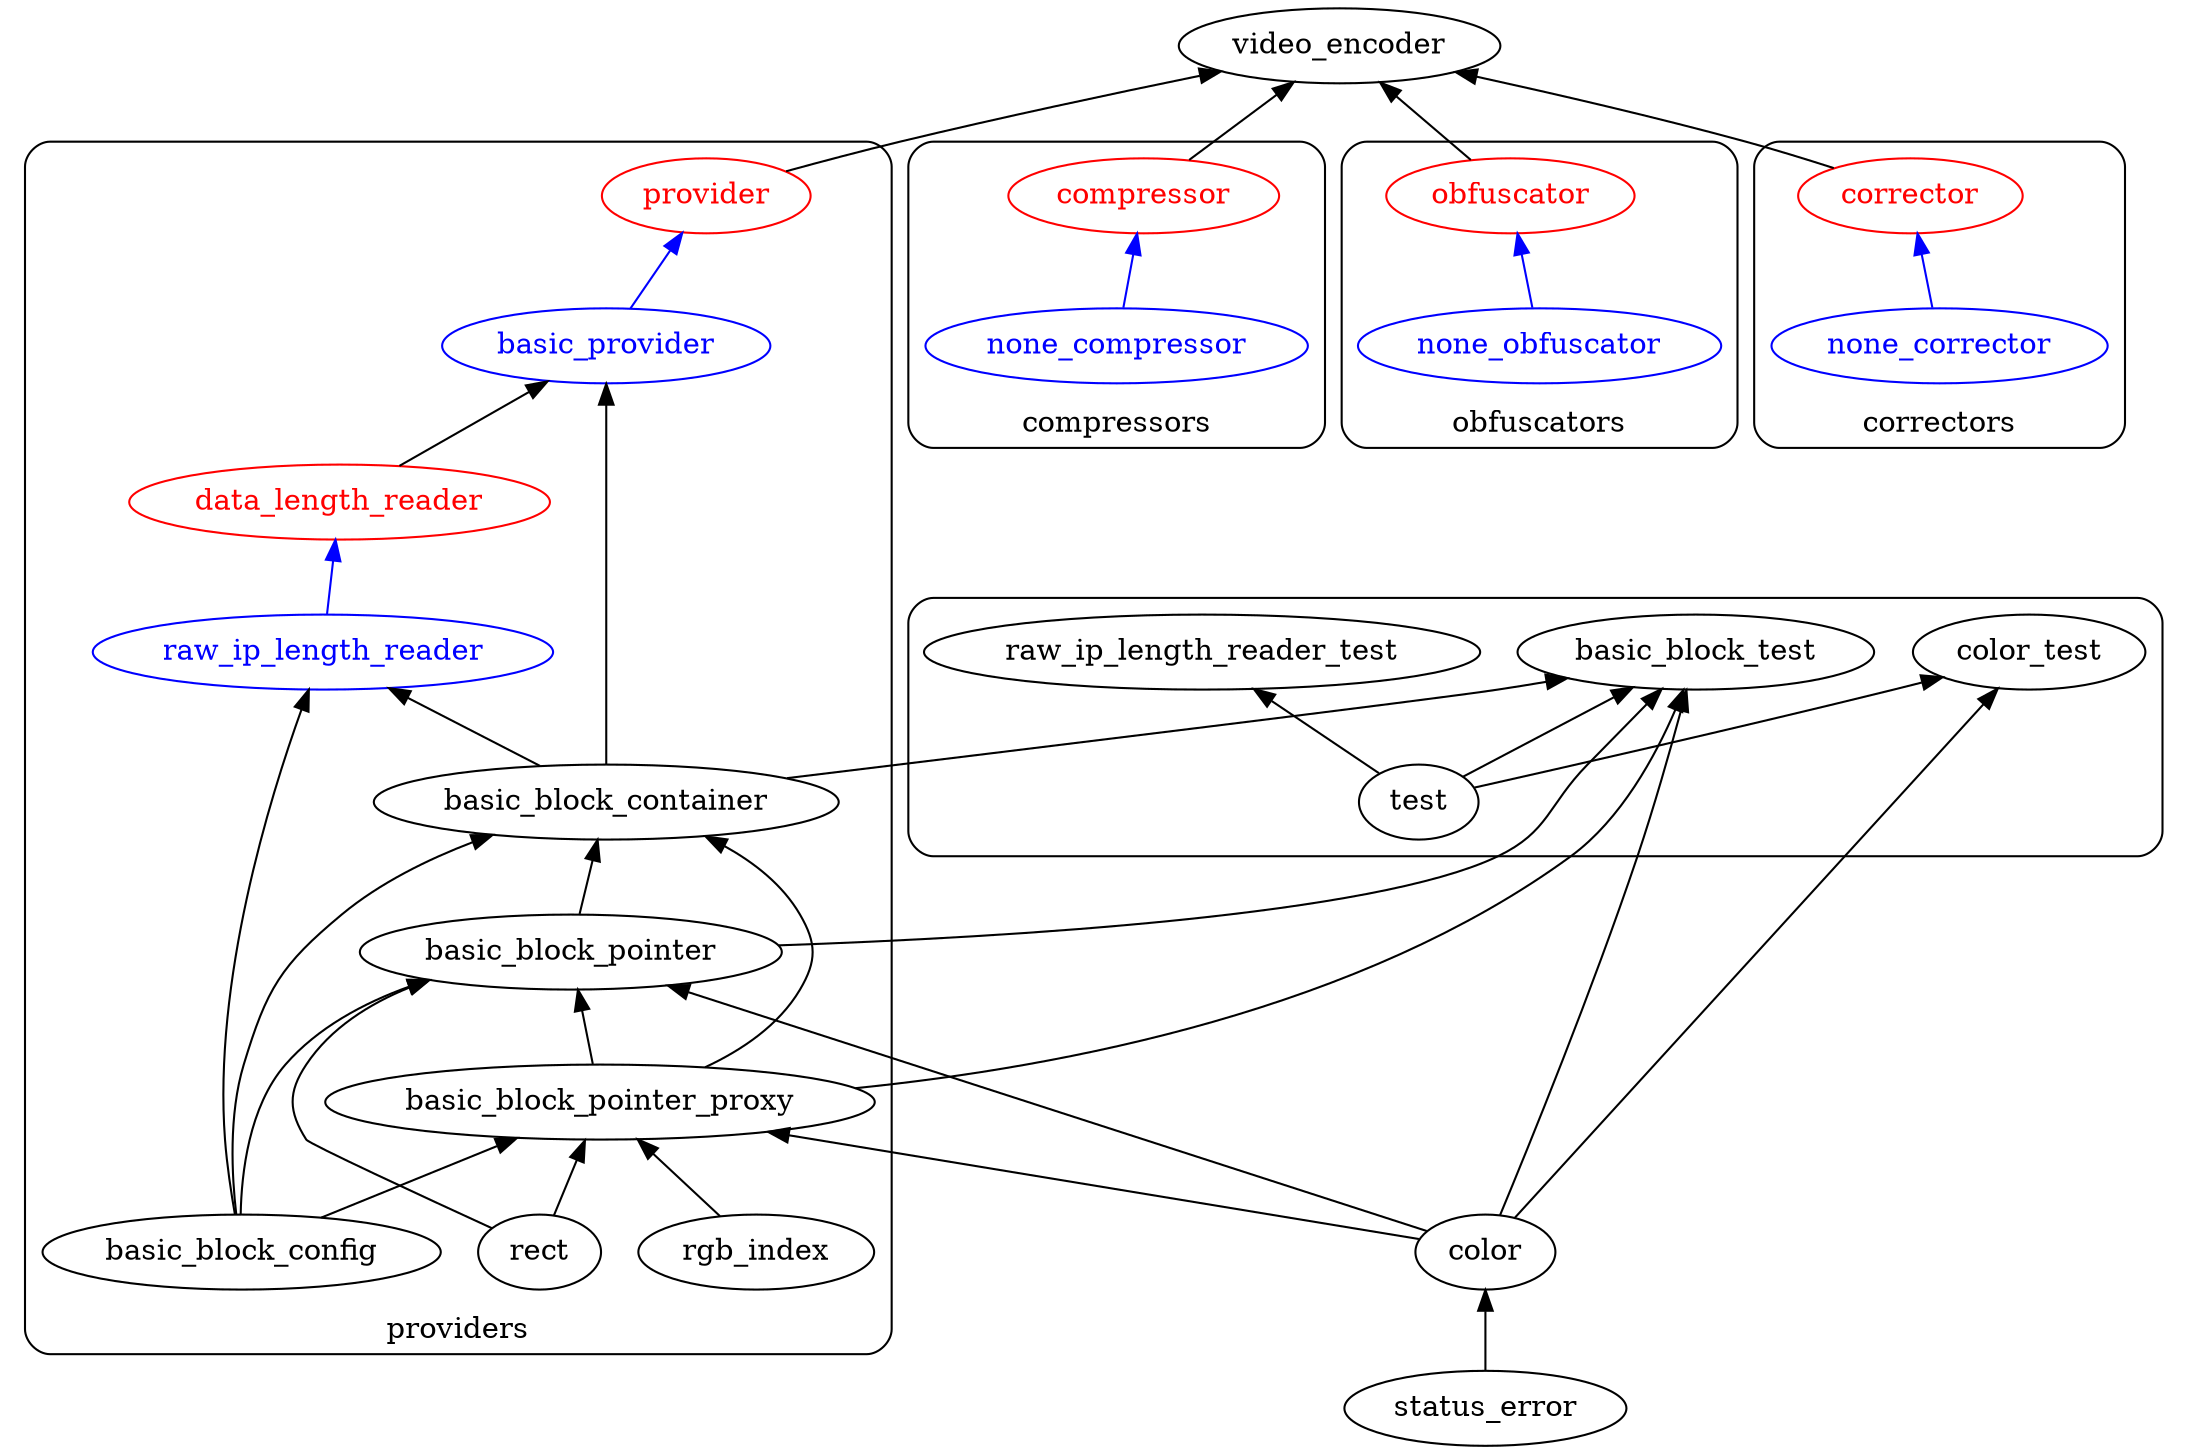
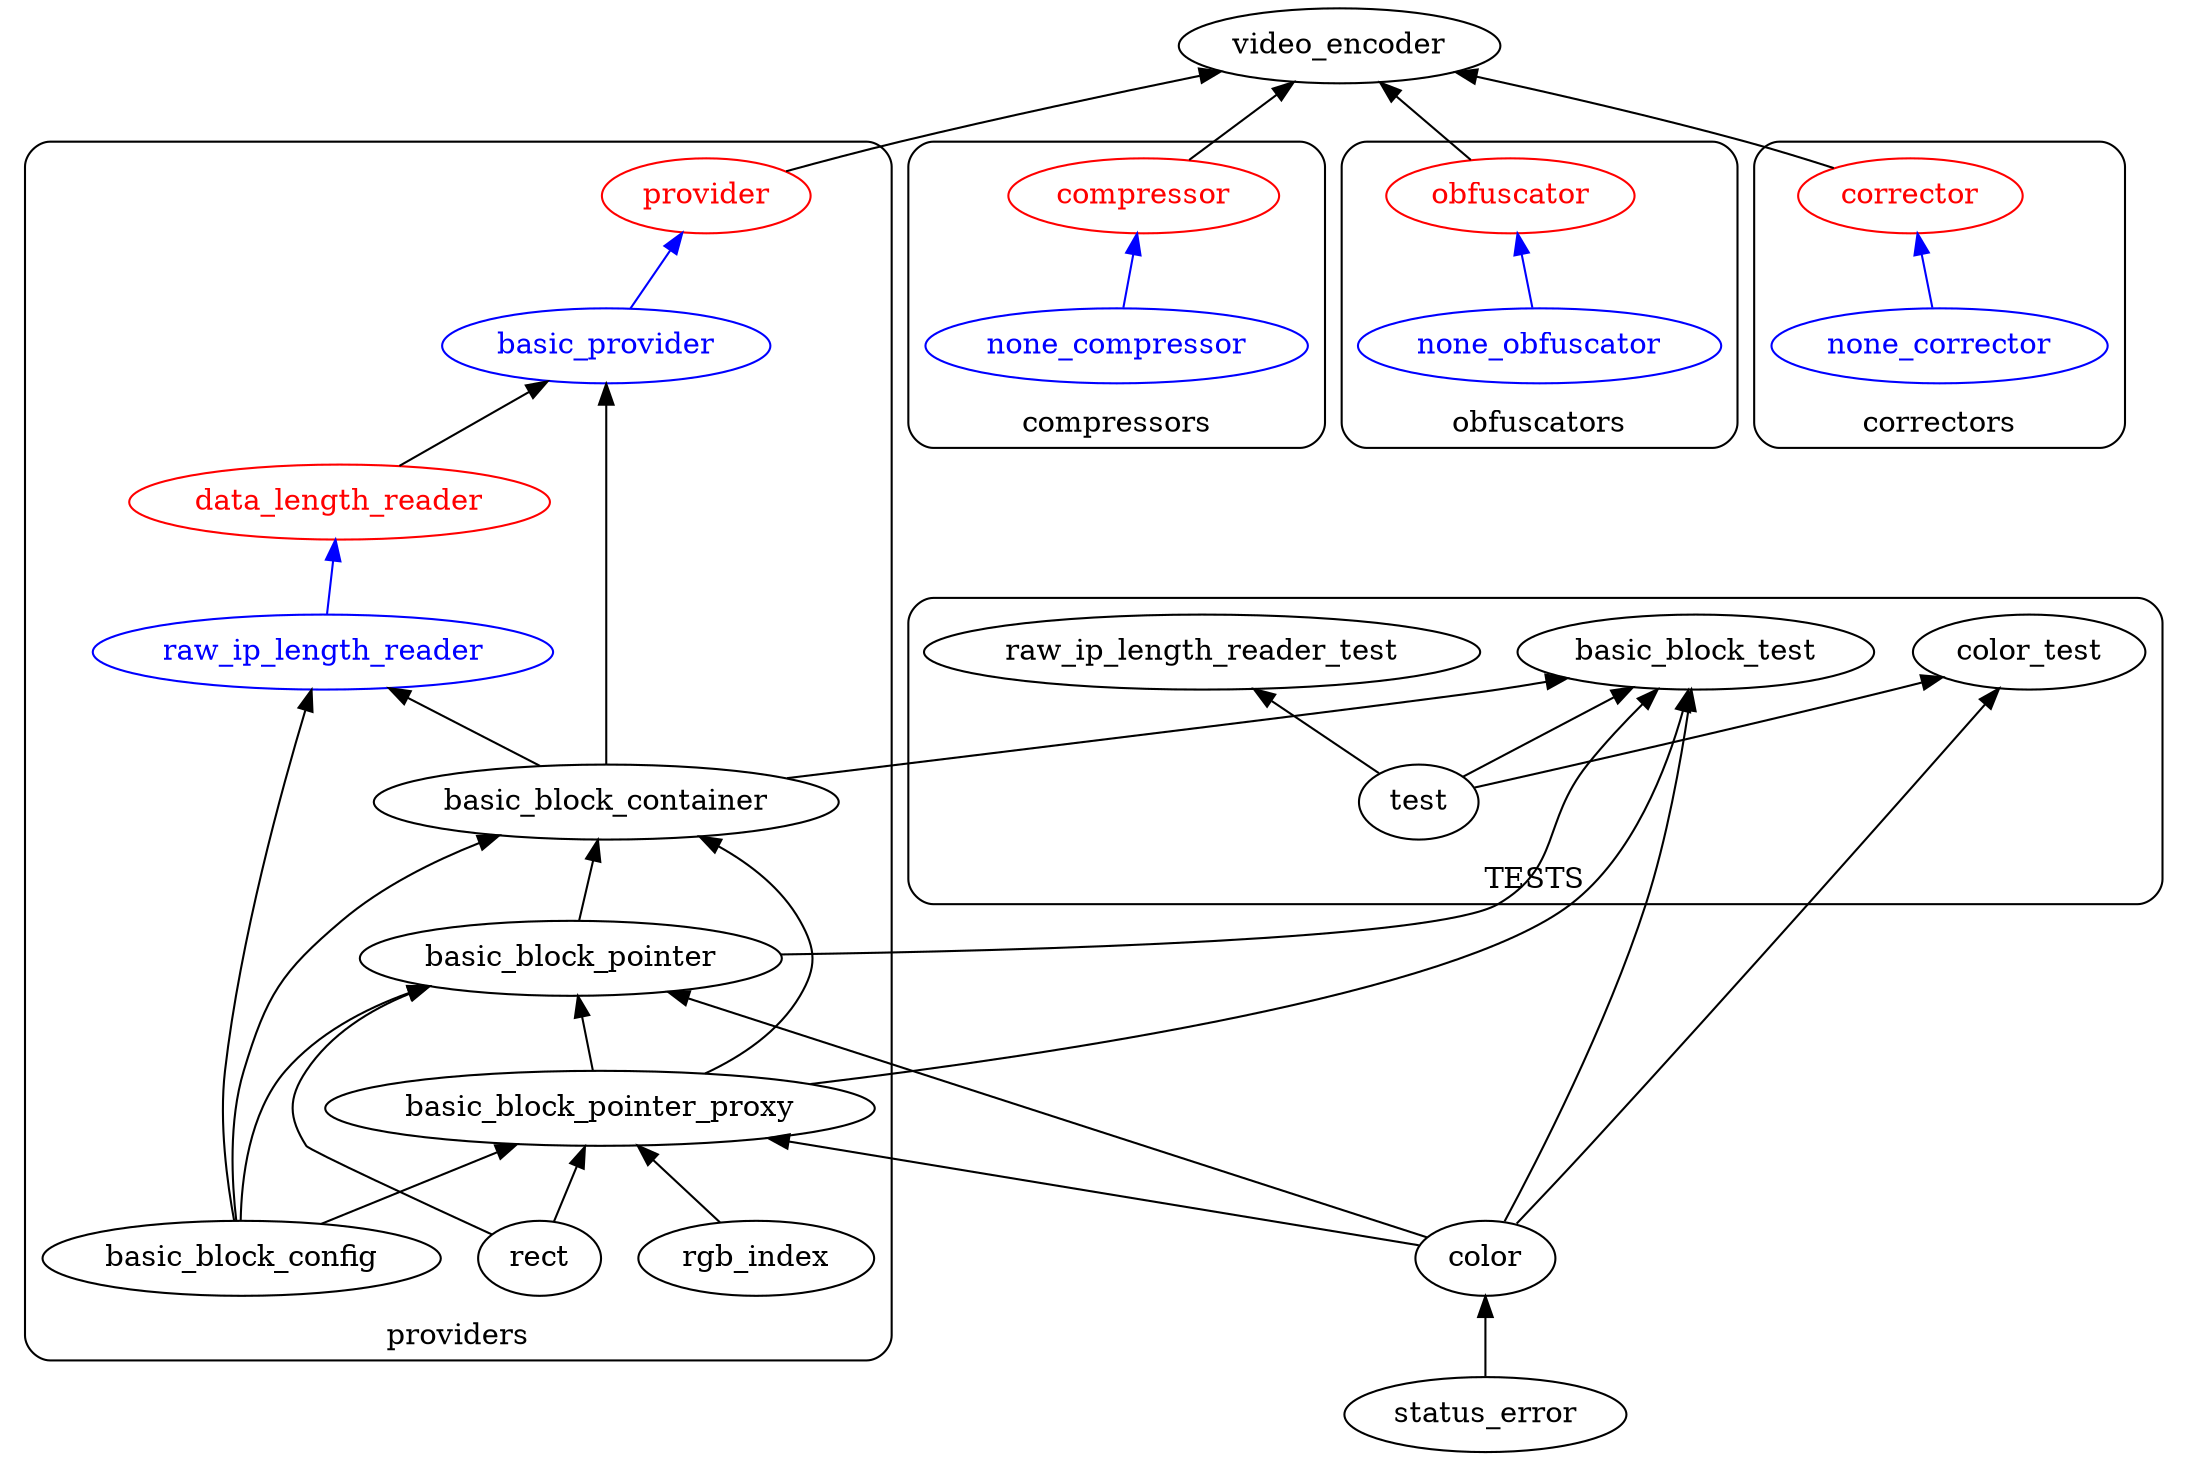
digraph {
    rankdir=BT;

    subgraph src{
        subgraph cluster_providers {
            label="providers";
            style=rounded;
            color=black;

            provider[
                color=red;
                fontcolor=red;
            ];
            basic_provider[
                color=blue;
                fontcolor=blue;
            ];
            subgraph basic_block{
                basic_block_container;
                basic_block_pointer;
                basic_block_pointer_proxy;
                data_length_reader [
                    color=red;
                    fontcolor=red;
                ];
                raw_ip_length_reader[
                    color=blue;
                    fontcolor=blue;
                ];

                basic_provider->provider [color=blue;];

                basic_block_container->basic_provider [weight=1000; ];

                basic_block_pointer->basic_block_container;

                basic_block_pointer_proxy->basic_block_pointer;
                basic_block_pointer_proxy->basic_block_container;


            }

            subgraph data_length_reader{
                raw_ip_length_reader->data_length_reader [color = blue;];
                data_length_reader->basic_provider;

                basic_block_container->raw_ip_length_reader [weight=0.1;];
            }

            basic_block_config;
            rect;
            rgb_index;

            basic_block_config->basic_block_container;
            basic_block_config->basic_block_pointer;
            basic_block_config->basic_block_pointer_proxy;
            basic_block_config->raw_ip_length_reader;

            rect->basic_block_pointer_proxy;
            rect->basic_block_pointer;

            rgb_index->basic_block_pointer_proxy;
        }
        subgraph cluster_compressors {
            label="compressors";
            style=rounded;
            color=black;
            compressor [
                color=red;
                fontcolor=red;
            ];
            none_compressor [
                color=blue;
                fontcolor=blue;
            ];
            none_compressor->compressor [color=blue];
        }

        subgraph cluster_obfuscators
        {
            label="obfuscators";
            style=rounded;
            color=black;

            obfuscator[
                color = red;
                fontcolor=red;
            ];
            none_obfuscator [
                color=blue;
                fontcolor=blue;
            ];

            none_obfuscator->obfuscator [color=blue];
        }

        subgraph cluster_correctors{
            label="correctors";
            style=rounded;
            color=black;

            corrector[
                color = red;
                fontcolor=red;
            ];
            none_corrector [
                color=blue;
                fontcolor=blue;
            ];

            none_corrector->corrector [color=blue];
        }

        video_encoder;
        color;
        status_error;

        provider->video_encoder;
        compressor->video_encoder;
        obfuscator->video_encoder;
        corrector->video_encoder;

        color->basic_block_pointer_proxy [minlen=1];
        color->basic_block_pointer [minlen=1];

        status_error->color;
    }

    subgraph cluster_test{
        style=rounded;
+         label="TESTS";
        subgraph lib{
            test;
        }

        color_test;
        basic_block_test;
        raw_ip_length_reader_test;

        test->color_test;
        test->basic_block_test;
        test->raw_ip_length_reader_test;
    }

    color->basic_block_test [minlen=3];
    color->color_test [minlen=3];

    basic_block_pointer_proxy->basic_block_test;
    basic_block_container->basic_block_test;
    basic_block_pointer->basic_block_test;
}